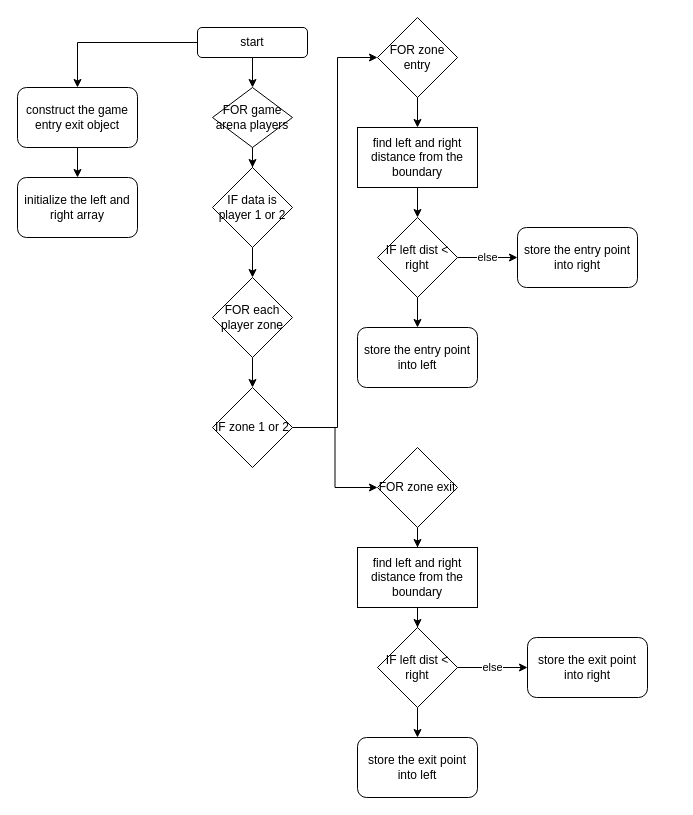
Above: GameRoom/splitEntryExitPoint.drawio in sivagit/diagrams (draw.io), before the change. Source tidied: cells renumbered, new cells numbered last; positions are measured from the earlier drawing's top-left corner, leaving out a move shared by most shapes. Both pictures are drawn from the tidied source at 100%, with x=0, y=0 at pixel (17, 17).
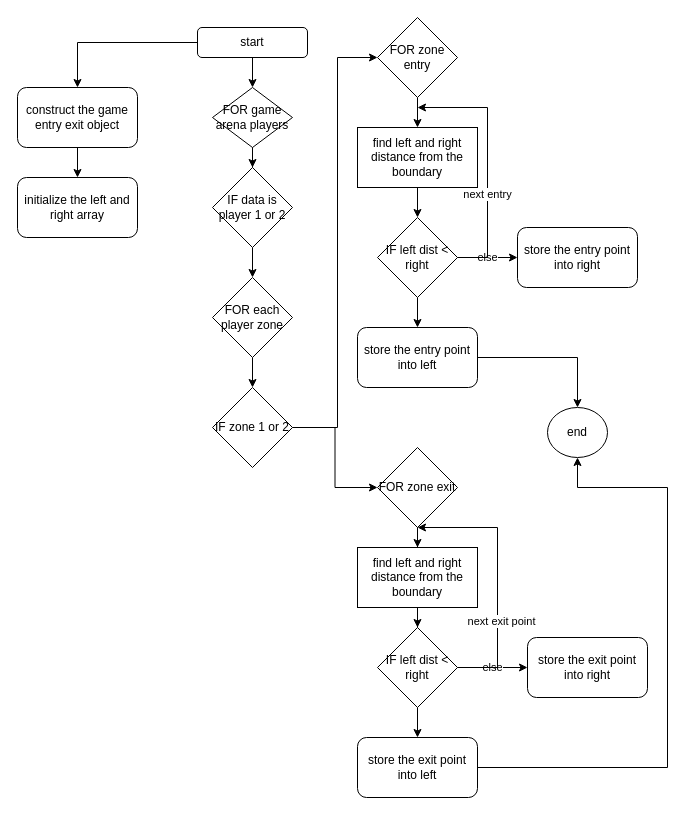
The same diagram, later.

The change refers to these unchanged cells:
```xml
<mxCell id="23" value="IF left dist &amp;lt; right" style="rhombus;whiteSpace=wrap;html=1;" parent="1" vertex="1">
  <mxGeometry x="360" y="200" width="80" height="80" as="geometry" />
</mxCell>
<mxCell id="24" value="store the entry point into left" style="rounded=1;whiteSpace=wrap;html=1;" parent="1" vertex="1">
  <mxGeometry x="340" y="310" width="120" height="60" as="geometry" />
</mxCell>
<mxCell id="27" value="FOR zone exit" style="rhombus;whiteSpace=wrap;html=1;" parent="1" vertex="1">
  <mxGeometry x="360" y="430" width="80" height="80" as="geometry" />
</mxCell>
<mxCell id="32" value="IF left dist &amp;lt; right" style="rhombus;whiteSpace=wrap;html=1;" parent="1" vertex="1">
  <mxGeometry x="360" y="610" width="80" height="80" as="geometry" />
</mxCell>
<mxCell id="33" value="store the exit point into left" style="rounded=1;whiteSpace=wrap;html=1;" parent="1" vertex="1">
  <mxGeometry x="340" y="720" width="120" height="60" as="geometry" />
</mxCell>
```

The edit, as a diff of the source:
```diff
@@
+    <mxCell id="35" style="edgeStyle=orthogonalEdgeStyle;rounded=0;jettySize=auto;html=1;" parent="1" edge="1" source="23">
+      <mxGeometry relative="1" as="geometry">
+        <mxPoint x="400" y="90" as="targetPoint" />
+        <Array as="points">
+          <mxPoint x="470" y="240" />
+          <mxPoint x="470" y="90" />
+        </Array>
+      </mxGeometry>
+    </mxCell>
+    <mxCell id="36" value="next entry" style="edgeLabel;html=1;align=center;verticalAlign=middle;" parent="35" vertex="1">
+      <mxGeometry x="-0.25" y="1" relative="1" as="geometry" />
+    </mxCell>
@@
+    <mxCell id="37" style="edgeStyle=orthogonalEdgeStyle;rounded=0;jettySize=auto;html=1;" parent="1" edge="1" source="24" target="41">
+      <mxGeometry relative="1" as="geometry" />
+    </mxCell>
@@
+    <mxCell id="38" style="edgeStyle=orthogonalEdgeStyle;rounded=0;jettySize=auto;html=1;" parent="1" edge="1" source="32" target="27">
+      <mxGeometry relative="1" as="geometry">
+        <Array as="points">
+          <mxPoint x="480" y="650" />
+          <mxPoint x="480" y="510" />
+        </Array>
+      </mxGeometry>
+    </mxCell>
+    <mxCell id="39" value="next exit point" style="edgeLabel;html=1;align=center;verticalAlign=middle;" parent="38" vertex="1">
+      <mxGeometry x="-0.33" y="-3" relative="1" as="geometry" />
+    </mxCell>
@@
+    <mxCell id="40" style="edgeStyle=orthogonalEdgeStyle;rounded=0;jettySize=auto;html=1;entryX=0.5;entryY=1;entryDx=0;entryDy=0;" parent="1" edge="1" source="33" target="41">
+      <mxGeometry relative="1" as="geometry">
+        <Array as="points">
+          <mxPoint x="650" y="750" />
+          <mxPoint x="650" y="470" />
+          <mxPoint x="560" y="470" />
+        </Array>
+      </mxGeometry>
+    </mxCell>
@@
+    <mxCell id="41" value="end" style="ellipse;whiteSpace=wrap;html=1;" parent="1" vertex="1">
+      <mxGeometry x="530" y="390" width="60" height="50" as="geometry" />
+    </mxCell>
```
